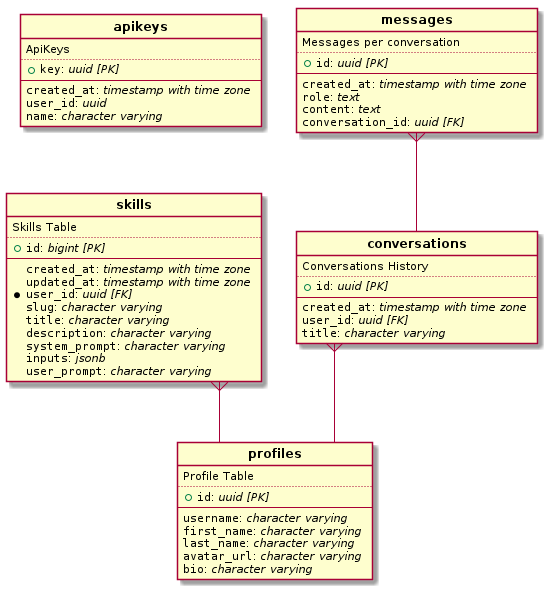
Before: ddl/ddl.png, a diagram exported from PlantUML (JovianHQ/jobot).
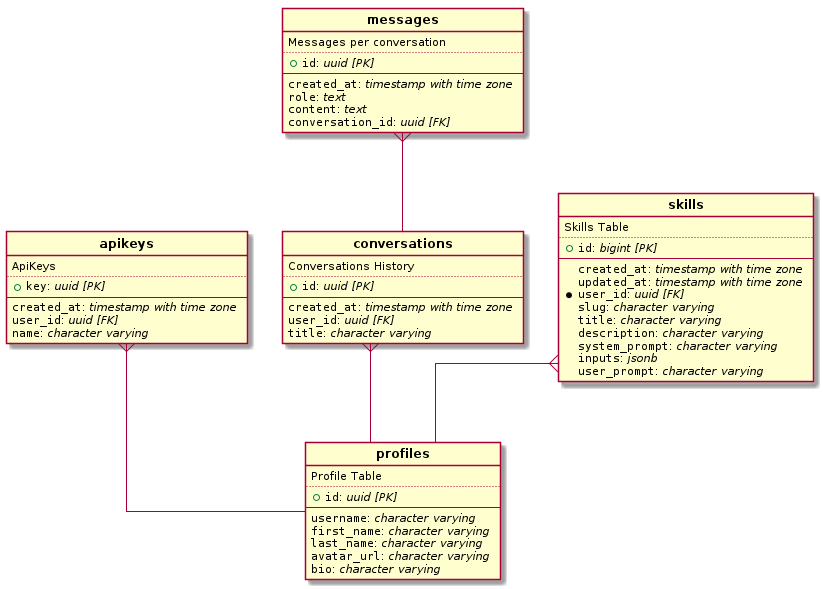
Later version of the same file.

Commit message:
Update DDL graph

Change to the diagram source:
```diff
@@ -8,7 +8,7 @@
   + ""key"": //uuid [PK]//
   --
   ""created_at"": //timestamp with time zone //
-  ""user_id"": //uuid //
+  ""user_id"": //uuid [FK]//
   ""name"": //character varying //
 }
 
@@ -61,6 +61,8 @@
   ""user_prompt"": //character varying //
 }
 
+"**apikeys**"   }--  "**profiles**"
+
 "**conversations**"   }--  "**profiles**"
 
 "**messages**"   }--  "**conversations**"
```
